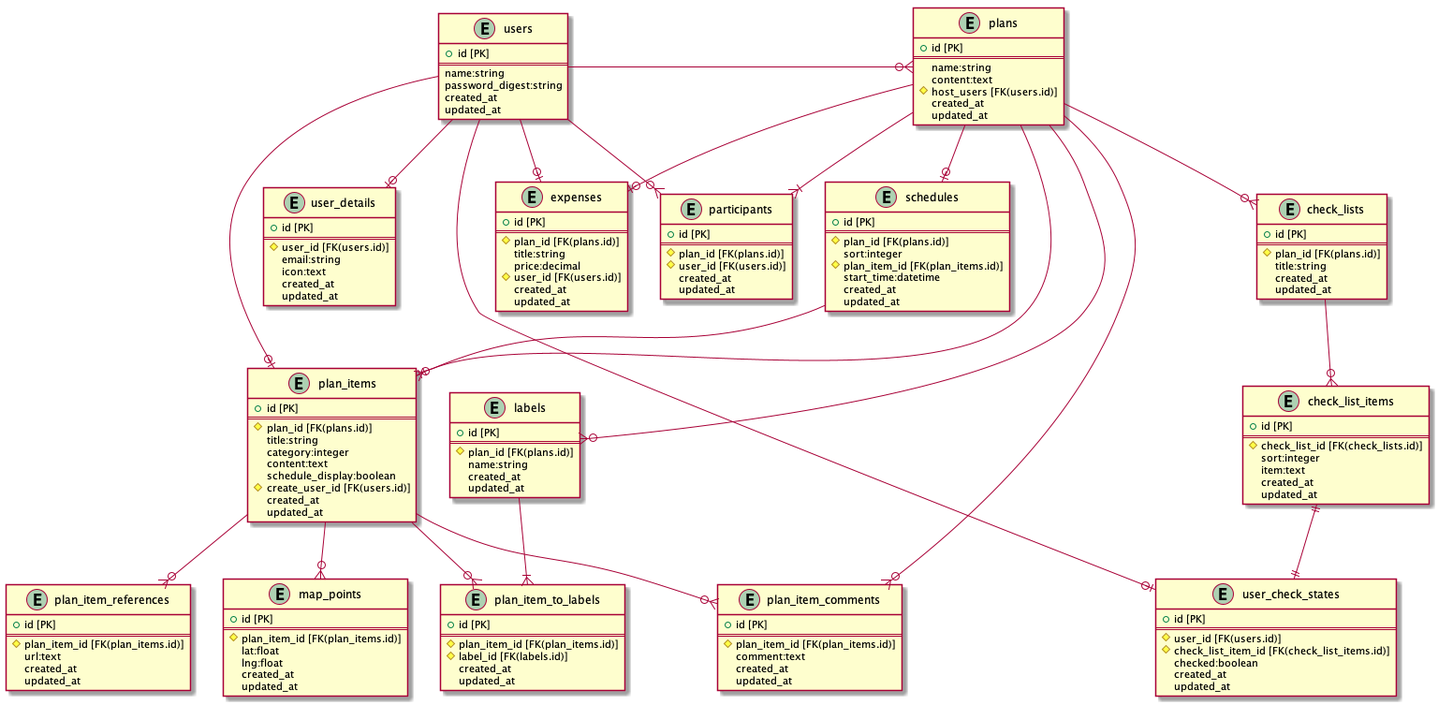
Before: doc/table/EntityRelationship.png, a diagram exported from PlantUML (missyu3/our_trip_old).
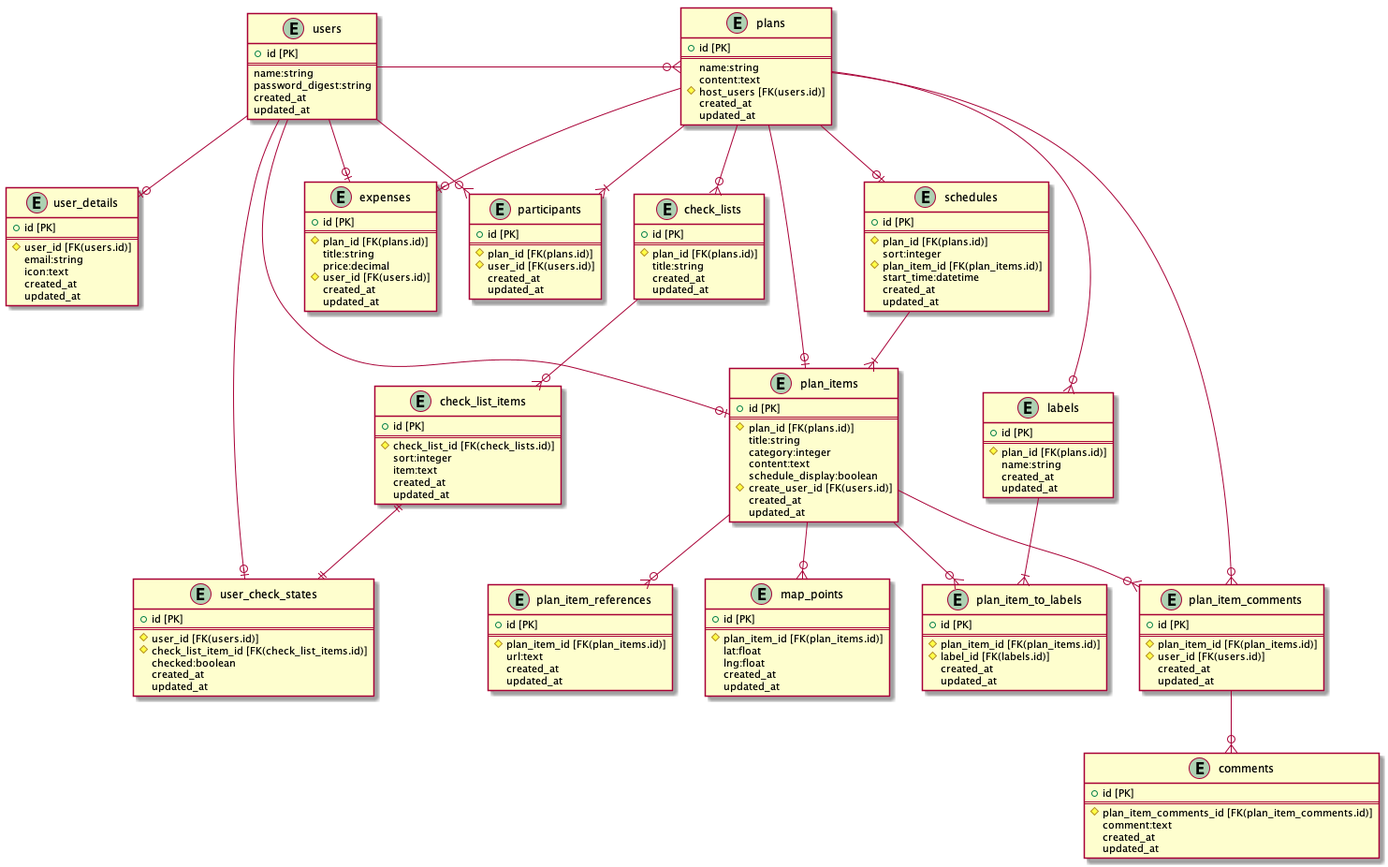
After the commit.

Commit message:
Fix テーブル設計を修正

Diff of the diagram source:
```diff
@@ -89,15 +89,6 @@
     updated_at
 }
 
-entity "plan_item_comments" {
-    + id [PK]
-    ==
-    # plan_item_id [FK(plan_items.id)]
-    comment:text
-    created_at
-    updated_at
-}
-
 entity "map_points" {
     + id [PK]
     ==
@@ -148,6 +139,25 @@
     updated_at
 }
 
+entity "plan_item_comments" {
+    + id [PK]
+    ==
+    # plan_item_id [FK(plan_items.id)]
+    # user_id [FK(users.id)]
+    created_at
+    updated_at
+}
+
+entity "comments" {
+    + id [PK]
+    ==
+    # plan_item_comments_id [FK(plan_item_comments.id)]
+    comment:text
+    created_at
+    updated_at
+}
+
+
 users --o| user_details
 users --right--o{ plans
 users --o{ participants
@@ -169,5 +179,6 @@
 plan_items --o{ map_points
 plan_items --o{ plan_item_to_labels
 labels --|{ plan_item_to_labels
+plan_item_comments --o{ comments
 
 @enduml
```
